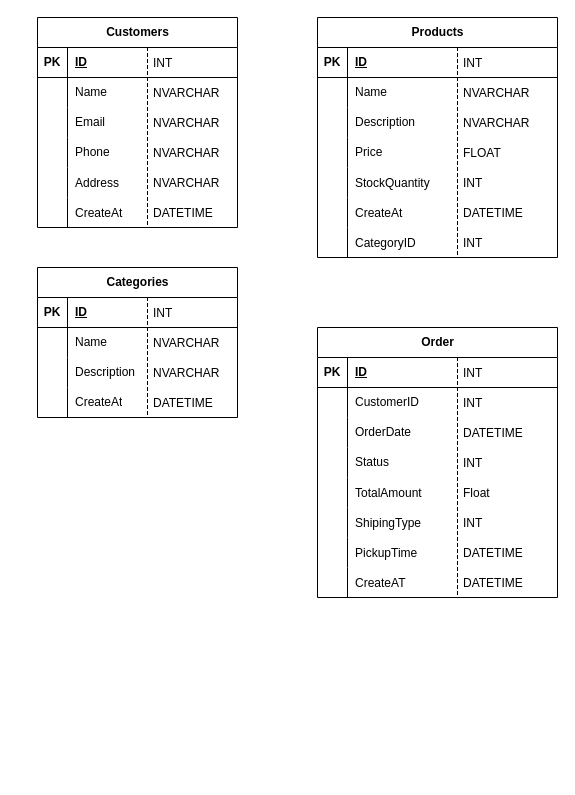
Before: Biểu đồ không có tiêu đề.drawio in cuonglt3004/grocery-store-management, a draw.io diagram. Source tidied: cells renumbered, new cells numbered last; positions are measured from the earlier drawing's top-left corner, leaving out a move shared by most shapes. Both pictures are drawn from the tidied source at 100%, with x=0, y=0 at pixel (37, 17).
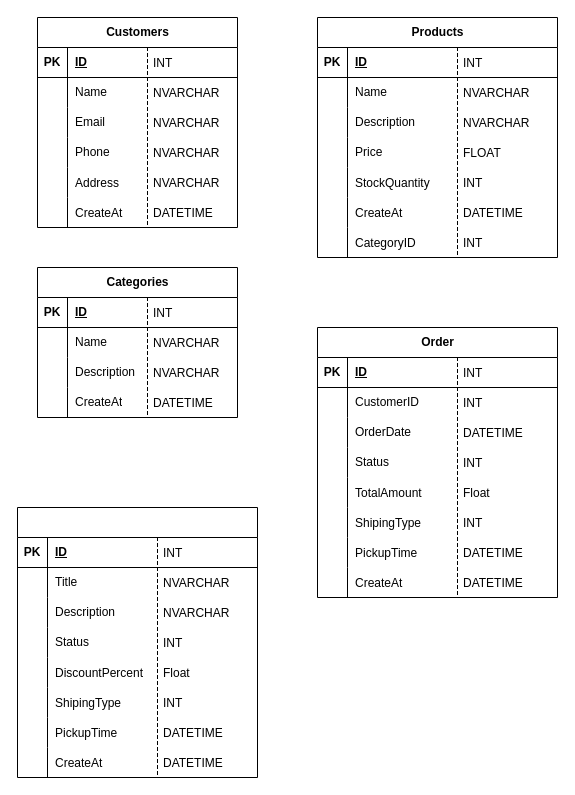
Above is the later version.

Commit message:
Cập nhật Biểu đồ không có tiêu đề.drawio

The change refers to these unchanged cells:
```xml
<mxCell id="112" style="shape=tableRow;horizontal=0;startSize=0;swimlaneHead=0;swimlaneBody=0;fillColor=none;top=0;left=0;right=0;bottom=0;" parent="90" vertex="1">
  <mxGeometry y="240" width="240" height="30" as="geometry" />
</mxCell>
```

Change to the diagram source:
```diff
@@
-    <mxCell id="114" value="CreateAT" style="shape=partialRectangle;fillColor=none;top=0;left=0;bottom=0;right=0;align=left;spacingLeft=6;overflow=hidden;" parent="112" vertex="1">
+    <mxCell id="114" value="CreateAt" style="shape=partialRectangle;fillColor=none;top=0;left=0;bottom=0;right=0;align=left;spacingLeft=6;overflow=hidden;" parent="112" vertex="1">
       <mxGeometry x="30" width="210" height="30" as="geometry" />
     </mxCell>
@@
+    <mxCell id="131" style="shape=table;startSize=30;childLayout=tableLayout;rowLines=0;fontStyle=1;align=center;html=1;" parent="1" vertex="1">
+      <mxGeometry x="-20" y="490" width="240" height="270" as="geometry" />
+    </mxCell>
+    <mxCell id="132" style="shape=tableRow;horizontal=0;startSize=0;swimlaneHead=0;swimlaneBody=0;fillColor=none;top=0;left=0;right=0;bottom=1;" parent="131" vertex="1">
+      <mxGeometry y="30" width="240" height="30" as="geometry" />
+    </mxCell>
+    <mxCell id="133" value="PK" style="shape=partialRectangle;fillColor=none;top=0;left=0;bottom=0;right=0;fontStyle=1;overflow=hidden;whiteSpace=wrap;html=1;" parent="132" vertex="1">
+      <mxGeometry width="30" height="30" as="geometry" />
+    </mxCell>
+    <mxCell id="134" value="ID" style="shape=partialRectangle;fillColor=none;top=0;left=0;bottom=0;right=0;align=left;spacingLeft=6;fontStyle=5;overflow=hidden;whiteSpace=wrap;html=1;" parent="132" vertex="1">
+      <mxGeometry x="30" width="210" height="30" as="geometry" />
+    </mxCell>
+    <mxCell id="135" style="shape=tableRow;horizontal=0;startSize=0;swimlaneHead=0;swimlaneBody=0;fillColor=none;top=0;left=0;right=0;bottom=0;" parent="131" vertex="1">
+      <mxGeometry y="60" width="240" height="30" as="geometry" />
+    </mxCell>
+    <mxCell id="136" style="shape=partialRectangle;fillColor=none;top=0;left=0;bottom=0;right=0;overflow=hidden;whiteSpace=wrap;html=1;" parent="135" vertex="1">
+      <mxGeometry width="30" height="30" as="geometry" />
+    </mxCell>
+    <mxCell id="137" value="Title" style="shape=partialRectangle;fillColor=none;top=0;left=0;bottom=0;right=0;align=left;spacingLeft=6;overflow=hidden;whiteSpace=wrap;html=1;" parent="135" vertex="1">
+      <mxGeometry x="30" width="210" height="30" as="geometry" />
+    </mxCell>
+    <mxCell id="138" style="shape=tableRow;horizontal=0;startSize=0;swimlaneHead=0;swimlaneBody=0;fillColor=none;top=0;left=0;right=0;bottom=0;" parent="131" vertex="1">
+      <mxGeometry y="90" width="240" height="30" as="geometry" />
+    </mxCell>
+    <mxCell id="139" style="shape=partialRectangle;fillColor=none;top=0;left=0;bottom=0;right=0;overflow=hidden;whiteSpace=wrap;html=1;" parent="138" vertex="1">
+      <mxGeometry width="30" height="30" as="geometry" />
+    </mxCell>
+    <mxCell id="140" value="Description" style="shape=partialRectangle;fillColor=none;top=0;left=0;bottom=0;right=0;align=left;spacingLeft=6;overflow=hidden;whiteSpace=wrap;html=1;" parent="138" vertex="1">
+      <mxGeometry x="30" width="210" height="30" as="geometry" />
+    </mxCell>
+    <mxCell id="141" style="shape=tableRow;horizontal=0;startSize=0;swimlaneHead=0;swimlaneBody=0;fillColor=none;top=0;left=0;right=0;bottom=0;" parent="131" vertex="1">
+      <mxGeometry y="120" width="240" height="30" as="geometry" />
+    </mxCell>
+    <mxCell id="142" style="shape=partialRectangle;fillColor=none;top=0;left=0;bottom=0;right=0;overflow=hidden;whiteSpace=wrap;html=1;" parent="141" vertex="1">
+      <mxGeometry width="30" height="30" as="geometry" />
+    </mxCell>
+    <mxCell id="143" value="Status" style="shape=partialRectangle;fillColor=none;top=0;left=0;bottom=0;right=0;align=left;spacingLeft=6;overflow=hidden;whiteSpace=wrap;html=1;" parent="141" vertex="1">
+      <mxGeometry x="30" width="210" height="30" as="geometry" />
+    </mxCell>
+    <mxCell id="144" style="shape=tableRow;horizontal=0;startSize=0;swimlaneHead=0;swimlaneBody=0;fillColor=none;top=0;left=0;right=0;bottom=0;" parent="131" vertex="1">
+      <mxGeometry y="150" width="240" height="30" as="geometry" />
+    </mxCell>
+    <mxCell id="145" style="shape=partialRectangle;fillColor=none;top=0;left=0;bottom=0;right=0;overflow=hidden;" parent="144" vertex="1">
+      <mxGeometry width="30" height="30" as="geometry" />
+    </mxCell>
+    <mxCell id="146" value="DiscountPercent" style="shape=partialRectangle;fillColor=none;top=0;left=0;bottom=0;right=0;align=left;spacingLeft=6;overflow=hidden;" parent="144" vertex="1">
+      <mxGeometry x="30" width="210" height="30" as="geometry" />
+    </mxCell>
+    <mxCell id="147" style="shape=tableRow;horizontal=0;startSize=0;swimlaneHead=0;swimlaneBody=0;fillColor=none;top=0;left=0;right=0;bottom=0;" parent="131" vertex="1">
+      <mxGeometry y="180" width="240" height="30" as="geometry" />
+    </mxCell>
+    <mxCell id="148" style="shape=partialRectangle;fillColor=none;top=0;left=0;bottom=0;right=0;overflow=hidden;" parent="147" vertex="1">
+      <mxGeometry width="30" height="30" as="geometry" />
+    </mxCell>
+    <mxCell id="149" value="ShipingType" style="shape=partialRectangle;fillColor=none;top=0;left=0;bottom=0;right=0;align=left;spacingLeft=6;overflow=hidden;" parent="147" vertex="1">
+      <mxGeometry x="30" width="210" height="30" as="geometry" />
+    </mxCell>
+    <mxCell id="150" style="shape=tableRow;horizontal=0;startSize=0;swimlaneHead=0;swimlaneBody=0;fillColor=none;top=0;left=0;right=0;bottom=0;" parent="131" vertex="1">
+      <mxGeometry y="210" width="240" height="30" as="geometry" />
+    </mxCell>
+    <mxCell id="151" style="shape=partialRectangle;fillColor=none;top=0;left=0;bottom=0;right=0;overflow=hidden;" parent="150" vertex="1">
+      <mxGeometry width="30" height="30" as="geometry" />
+    </mxCell>
+    <mxCell id="152" value="PickupTime" style="shape=partialRectangle;fillColor=none;top=0;left=0;bottom=0;right=0;align=left;spacingLeft=6;overflow=hidden;" parent="150" vertex="1">
+      <mxGeometry x="30" width="210" height="30" as="geometry" />
+    </mxCell>
+    <mxCell id="153" style="shape=tableRow;horizontal=0;startSize=0;swimlaneHead=0;swimlaneBody=0;fillColor=none;top=0;left=0;right=0;bottom=0;" parent="131" vertex="1">
+      <mxGeometry y="240" width="240" height="30" as="geometry" />
+    </mxCell>
+    <mxCell id="154" style="shape=partialRectangle;fillColor=none;top=0;left=0;bottom=0;right=0;overflow=hidden;" parent="153" vertex="1">
+      <mxGeometry width="30" height="30" as="geometry" />
+    </mxCell>
+    <mxCell id="155" value="CreateAt" style="shape=partialRectangle;fillColor=none;top=0;left=0;bottom=0;right=0;align=left;spacingLeft=6;overflow=hidden;" parent="153" vertex="1">
+      <mxGeometry x="30" width="210" height="30" as="geometry" />
+    </mxCell>
+    <mxCell id="156" value="NVARCHAR" style="shape=partialRectangle;fillColor=none;align=left;verticalAlign=middle;strokeColor=none;spacingLeft=34;" parent="1" vertex="1">
+      <mxGeometry x="90" y="550" width="90" height="30" as="geometry" />
+    </mxCell>
+    <mxCell id="157" style="shape=partialRectangle;top=0;left=0;bottom=0;fillColor=none;stokeWidth=1;dashed=1;align=left;verticalAlign=middle;spacingLeft=4;spacingRight=4;overflow=hidden;" parent="156" vertex="1">
+      <mxGeometry width="30" height="30" as="geometry" />
+    </mxCell>
+    <mxCell id="158" value="NVARCHAR" style="shape=partialRectangle;fillColor=none;align=left;verticalAlign=middle;strokeColor=none;spacingLeft=34;" parent="1" vertex="1">
+      <mxGeometry x="90" y="580" width="90" height="30" as="geometry" />
+    </mxCell>
+    <mxCell id="159" style="shape=partialRectangle;top=0;left=0;bottom=0;fillColor=none;stokeWidth=1;dashed=1;align=left;verticalAlign=middle;spacingLeft=4;spacingRight=4;overflow=hidden;" parent="158" vertex="1">
+      <mxGeometry width="30" height="30" as="geometry" />
+    </mxCell>
+    <mxCell id="160" value="INT" style="shape=partialRectangle;fillColor=none;align=left;verticalAlign=middle;strokeColor=none;spacingLeft=34;" parent="1" vertex="1">
+      <mxGeometry x="90" y="610" width="90" height="30" as="geometry" />
+    </mxCell>
+    <mxCell id="161" style="shape=partialRectangle;top=0;left=0;bottom=0;fillColor=none;stokeWidth=1;dashed=1;align=left;verticalAlign=middle;spacingLeft=4;spacingRight=4;overflow=hidden;" parent="160" vertex="1">
+      <mxGeometry width="30" height="30" as="geometry" />
+    </mxCell>
+    <mxCell id="162" value="Float" style="shape=partialRectangle;fillColor=none;align=left;verticalAlign=middle;strokeColor=none;spacingLeft=34;" parent="1" vertex="1">
+      <mxGeometry x="90" y="640" width="90" height="30" as="geometry" />
+    </mxCell>
+    <mxCell id="163" style="shape=partialRectangle;top=0;left=0;bottom=0;fillColor=none;stokeWidth=1;dashed=1;align=left;verticalAlign=middle;spacingLeft=4;spacingRight=4;overflow=hidden;" parent="162" vertex="1">
+      <mxGeometry width="30" height="30" as="geometry" />
+    </mxCell>
+    <mxCell id="164" value="INT" style="shape=partialRectangle;fillColor=none;align=left;verticalAlign=middle;strokeColor=none;spacingLeft=34;" parent="1" vertex="1">
+      <mxGeometry x="90" y="670" width="90" height="30" as="geometry" />
+    </mxCell>
+    <mxCell id="165" style="shape=partialRectangle;top=0;left=0;bottom=0;fillColor=none;stokeWidth=1;dashed=1;align=left;verticalAlign=middle;spacingLeft=4;spacingRight=4;overflow=hidden;" parent="164" vertex="1">
+      <mxGeometry width="30" height="30" as="geometry" />
+    </mxCell>
+    <mxCell id="166" value="DATETIME" style="shape=partialRectangle;fillColor=none;align=left;verticalAlign=middle;strokeColor=none;spacingLeft=34;" parent="1" vertex="1">
+      <mxGeometry x="90" y="700" width="90" height="30" as="geometry" />
+    </mxCell>
+    <mxCell id="167" style="shape=partialRectangle;top=0;left=0;bottom=0;fillColor=none;stokeWidth=1;dashed=1;align=left;verticalAlign=middle;spacingLeft=4;spacingRight=4;overflow=hidden;" parent="166" vertex="1">
+      <mxGeometry width="30" height="30" as="geometry" />
+    </mxCell>
+    <mxCell id="168" value="INT" style="shape=partialRectangle;fillColor=none;align=left;verticalAlign=middle;strokeColor=none;spacingLeft=34;" parent="1" vertex="1">
+      <mxGeometry x="90" y="520" width="90" height="30" as="geometry" />
+    </mxCell>
+    <mxCell id="169" style="shape=partialRectangle;top=0;left=0;bottom=0;fillColor=none;stokeWidth=1;dashed=1;align=left;verticalAlign=middle;spacingLeft=4;spacingRight=4;overflow=hidden;" parent="168" vertex="1">
+      <mxGeometry width="30" height="30" as="geometry" />
+    </mxCell>
+    <mxCell id="170" value="DATETIME" style="shape=partialRectangle;fillColor=none;align=left;verticalAlign=middle;strokeColor=none;spacingLeft=34;" parent="1" vertex="1">
+      <mxGeometry x="90" y="730" width="90" height="30" as="geometry" />
+    </mxCell>
+    <mxCell id="171" style="shape=partialRectangle;top=0;left=0;bottom=0;fillColor=none;stokeWidth=1;dashed=1;align=left;verticalAlign=middle;spacingLeft=4;spacingRight=4;overflow=hidden;" parent="170" vertex="1">
+      <mxGeometry width="30" height="30" as="geometry" />
+    </mxCell>
```
